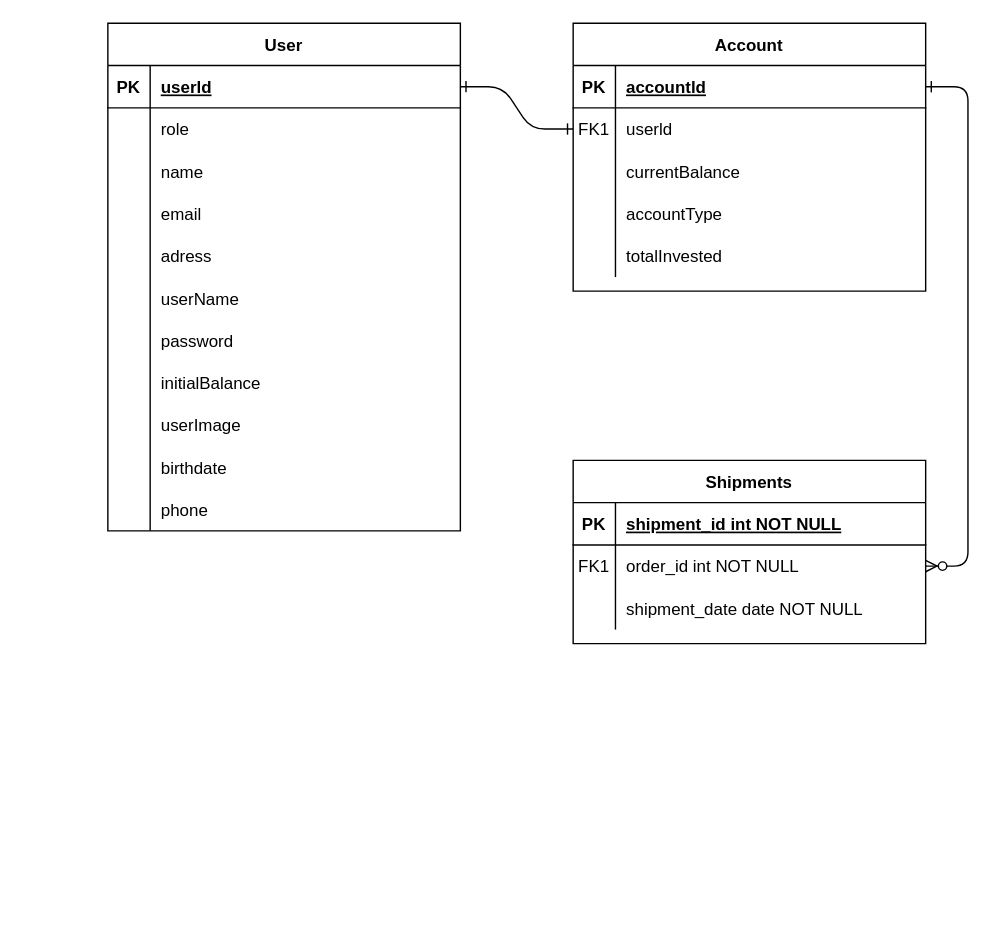
This is Documentación/Diagrama-Entidad-Relacion.drawio from INNOVAcodersISPC/ARGBroker, a draw.io file, before an edit. Source tidied: cells renumbered, new cells numbered last; positions are measured from the earlier drawing's top-left corner, leaving out a move shared by most shapes. Both pictures are drawn from the tidied source at 141%, with x=0, y=0 at pixel (107, 23).
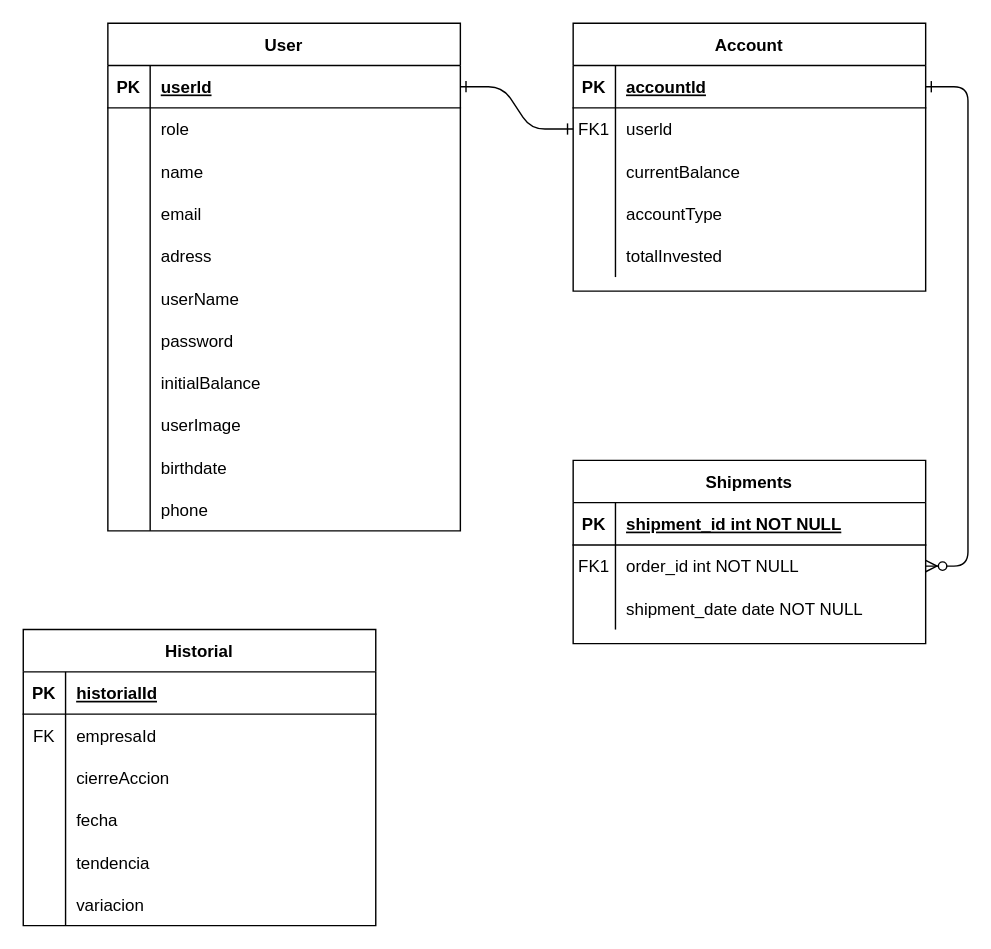
The same page after the edit.

What changed in the source:
```diff
@@
+    <mxCell id="64" value="Historial" style="shape=table;startSize=30;childLayout=tableLayout;rowLines=0;fontStyle=1;align=center;" parent="1" vertex="1">
+      <mxGeometry x="-60" y="430" width="250" height="210" as="geometry" />
+    </mxCell>
+    <mxCell id="65" style="shape=partialRectangle;fillColor=none;top=0;left=0;right=0;bottom=1;" parent="64" vertex="1">
+      <mxGeometry y="30" width="250" height="30" as="geometry" />
+    </mxCell>
+    <mxCell id="66" value="PK" style="shape=partialRectangle;overflow=hidden;fillColor=none;top=0;left=0;bottom=0;right=0;fontStyle=1;" parent="65" vertex="1">
+      <mxGeometry width="30" height="30" as="geometry" />
+    </mxCell>
+    <mxCell id="67" value="historialId" style="shape=partialRectangle;overflow=hidden;fillColor=none;top=0;left=0;bottom=0;right=0;align=left;spacingLeft=6;fontStyle=5;" parent="65" vertex="1">
+      <mxGeometry x="30" width="220" height="30" as="geometry" />
+    </mxCell>
+    <mxCell id="68" style="shape=partialRectangle;fillColor=none;top=0;left=0;right=0;bottom=0;" parent="64" vertex="1">
+      <mxGeometry y="60" width="250" height="30" as="geometry" />
+    </mxCell>
+    <mxCell id="69" value="FK" style="shape=partialRectangle;overflow=hidden;fillColor=none;top=0;left=0;bottom=0;right=0;" parent="68" vertex="1">
+      <mxGeometry width="30" height="30" as="geometry" />
+    </mxCell>
+    <mxCell id="70" value="empresaId" style="shape=partialRectangle;overflow=hidden;fillColor=none;top=0;left=0;bottom=0;right=0;align=left;spacingLeft=6;" parent="68" vertex="1">
+      <mxGeometry x="30" width="220" height="30" as="geometry" />
+    </mxCell>
+    <mxCell id="71" style="shape=partialRectangle;fillColor=none;top=0;left=0;right=0;bottom=0;" parent="64" vertex="1">
+      <mxGeometry y="90" width="250" height="30" as="geometry" />
+    </mxCell>
+    <mxCell id="72" style="shape=partialRectangle;overflow=hidden;fillColor=none;top=0;left=0;bottom=0;right=0;" parent="71" vertex="1">
+      <mxGeometry width="30" height="30" as="geometry" />
+    </mxCell>
+    <mxCell id="73" value="cierreAccion" style="shape=partialRectangle;overflow=hidden;fillColor=none;top=0;left=0;bottom=0;right=0;align=left;spacingLeft=6;" parent="71" vertex="1">
+      <mxGeometry x="30" width="220" height="30" as="geometry" />
+    </mxCell>
+    <mxCell id="74" style="shape=partialRectangle;fillColor=none;top=0;left=0;right=0;bottom=0;" parent="64" vertex="1">
+      <mxGeometry y="120" width="250" height="30" as="geometry" />
+    </mxCell>
+    <mxCell id="75" style="shape=partialRectangle;overflow=hidden;fillColor=none;top=0;left=0;bottom=0;right=0;" parent="74" vertex="1">
+      <mxGeometry width="30" height="30" as="geometry" />
+    </mxCell>
+    <mxCell id="76" value="fecha" style="shape=partialRectangle;overflow=hidden;fillColor=none;top=0;left=0;bottom=0;right=0;align=left;spacingLeft=6;" parent="74" vertex="1">
+      <mxGeometry x="30" width="220" height="30" as="geometry" />
+    </mxCell>
+    <mxCell id="77" style="shape=partialRectangle;fillColor=none;top=0;left=0;right=0;bottom=0;" parent="64" vertex="1">
+      <mxGeometry y="150" width="250" height="30" as="geometry" />
+    </mxCell>
+    <mxCell id="78" style="shape=partialRectangle;overflow=hidden;fillColor=none;top=0;left=0;bottom=0;right=0;" parent="77" vertex="1">
+      <mxGeometry width="30" height="30" as="geometry" />
+    </mxCell>
+    <mxCell id="79" value="tendencia" style="shape=partialRectangle;overflow=hidden;fillColor=none;top=0;left=0;bottom=0;right=0;align=left;spacingLeft=6;" parent="77" vertex="1">
+      <mxGeometry x="30" width="220" height="30" as="geometry" />
+    </mxCell>
+    <mxCell id="80" style="shape=partialRectangle;fillColor=none;top=0;left=0;right=0;bottom=0;" parent="64" vertex="1">
+      <mxGeometry y="180" width="250" height="30" as="geometry" />
+    </mxCell>
+    <mxCell id="81" style="shape=partialRectangle;overflow=hidden;fillColor=none;top=0;left=0;bottom=0;right=0;" parent="80" vertex="1">
+      <mxGeometry width="30" height="30" as="geometry" />
+    </mxCell>
+    <mxCell id="82" value="variacion" style="shape=partialRectangle;overflow=hidden;fillColor=none;top=0;left=0;bottom=0;right=0;align=left;spacingLeft=6;" parent="80" vertex="1">
+      <mxGeometry x="30" width="220" height="30" as="geometry" />
+    </mxCell>
```
